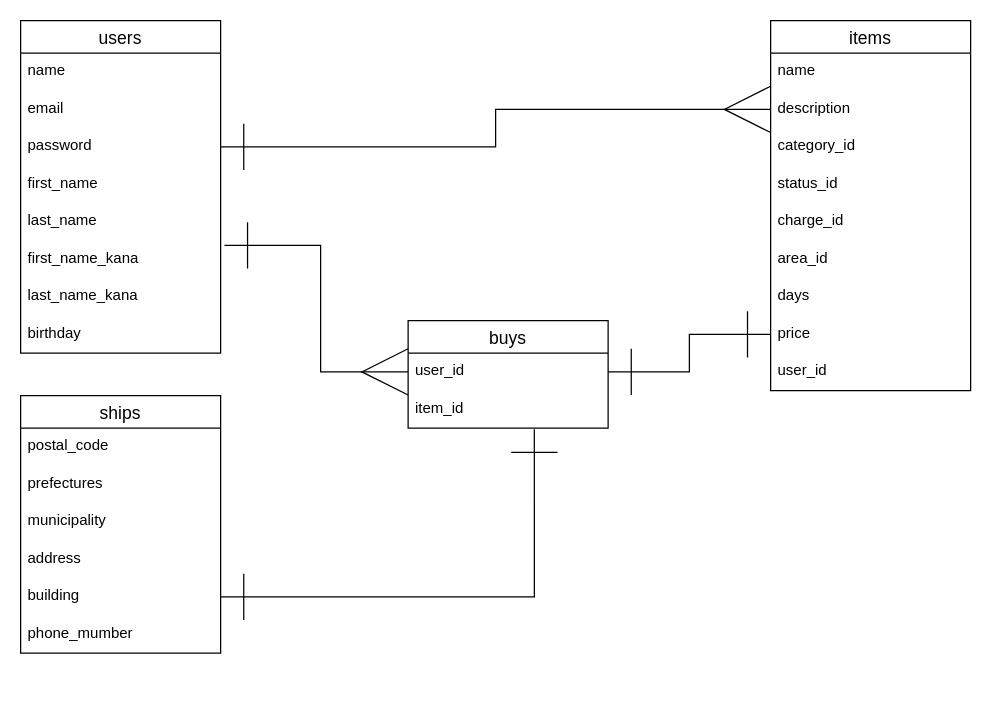
Above: test.dio in SUTERA161953/furima-35196 (draw.io), before the change. Source tidied: cells renumbered, new cells numbered last; positions are measured from the earlier drawing's top-left corner, leaving out a move shared by most shapes. Both pictures are drawn from the tidied source at 125%, with x=0, y=0 at pixel (20, 20).
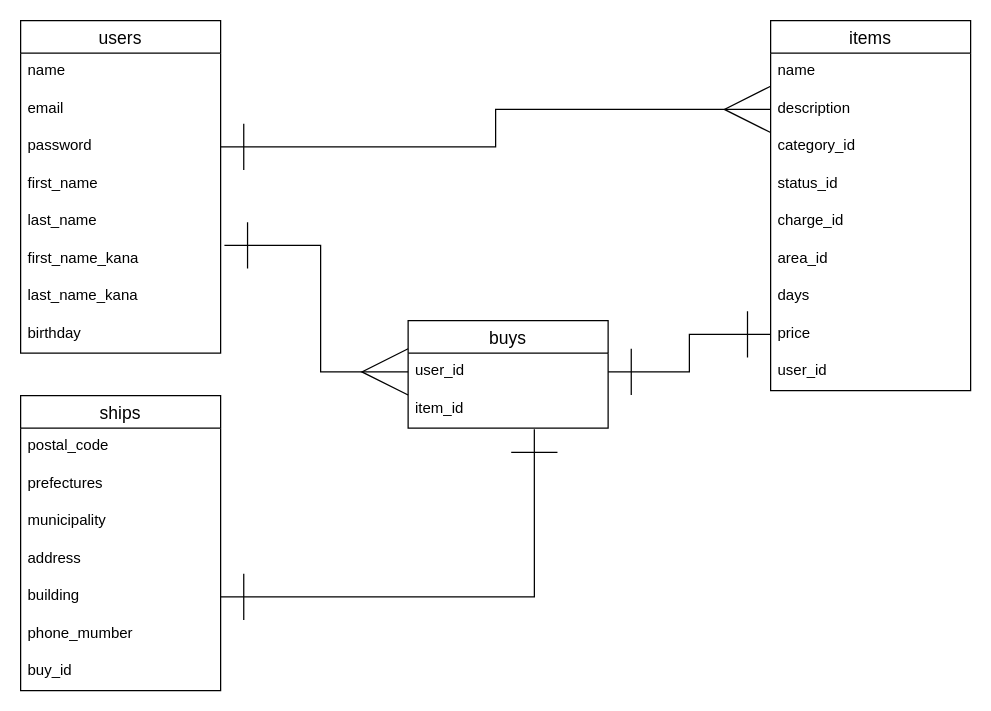
Above is the later version.

Commit message (it also covers changes not shown here):
データベース設計 修正2

What changed in the source:
```diff
@@
     <mxCell id="25" value="ships" style="swimlane;fontStyle=0;horizontal=1;startSize=26;align=center;fontSize=14;" parent="1" vertex="1">
-      <mxGeometry y="300" width="160" height="206" as="geometry" />
+      <mxGeometry y="300" width="160" height="236" as="geometry" />
     </mxCell>
@@
+    <mxCell id="35" value="buy_id" style="text;strokeColor=none;fillColor=none;spacingLeft=4;spacingRight=4;overflow=hidden;fontSize=12;" parent="25" vertex="1">
+      <mxGeometry y="206" width="160" height="30" as="geometry" />
+    </mxCell>
```
